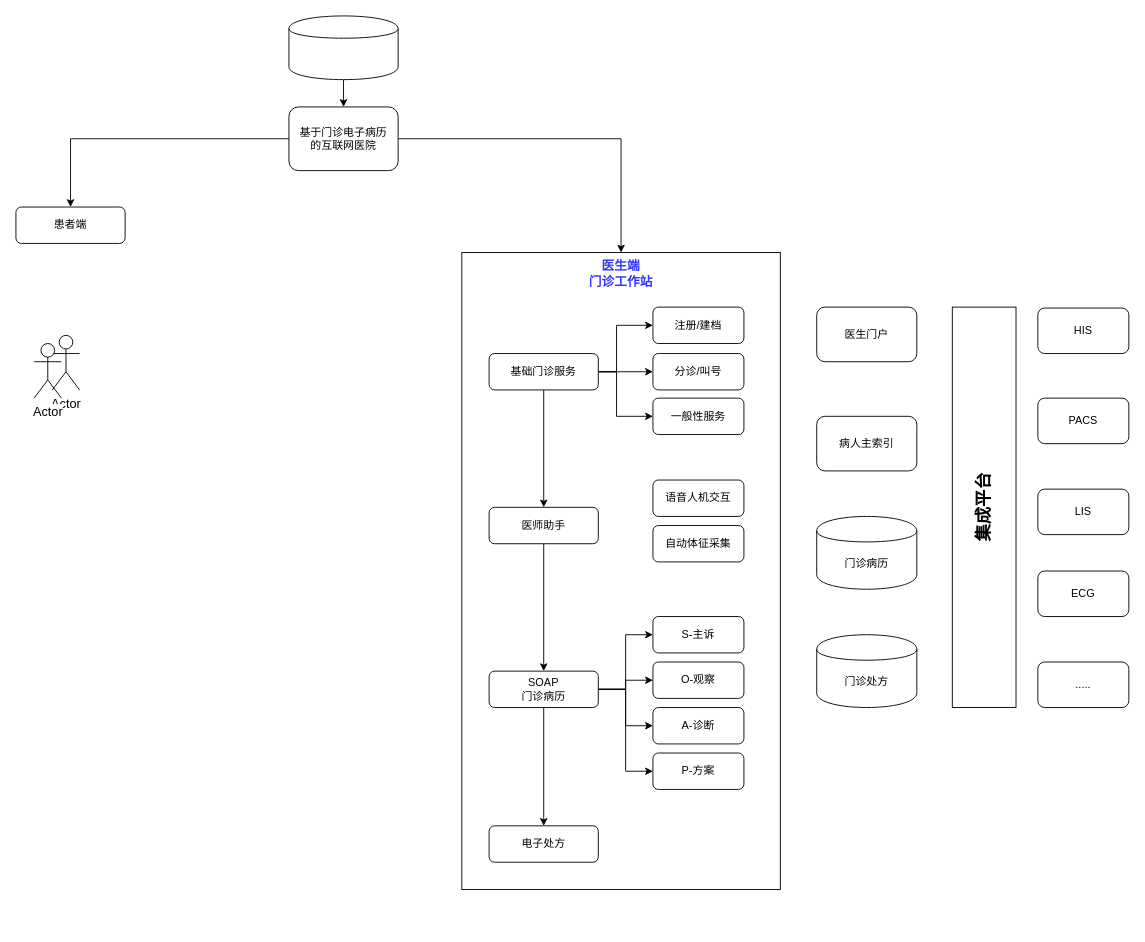
Above: page "产品架构" (1 of 3) of draws/门诊电子病历互联网医院设计.drawio in hebzhjg/ntl2020 (draw.io), before the change. Source tidied: cells renumbered, new cells numbered last; positions are measured from the earlier drawing's top-left corner, leaving out a move shared by most shapes. Both pictures are drawn from the tidied source at 91%, with x=0, y=0 at pixel (15, 15).
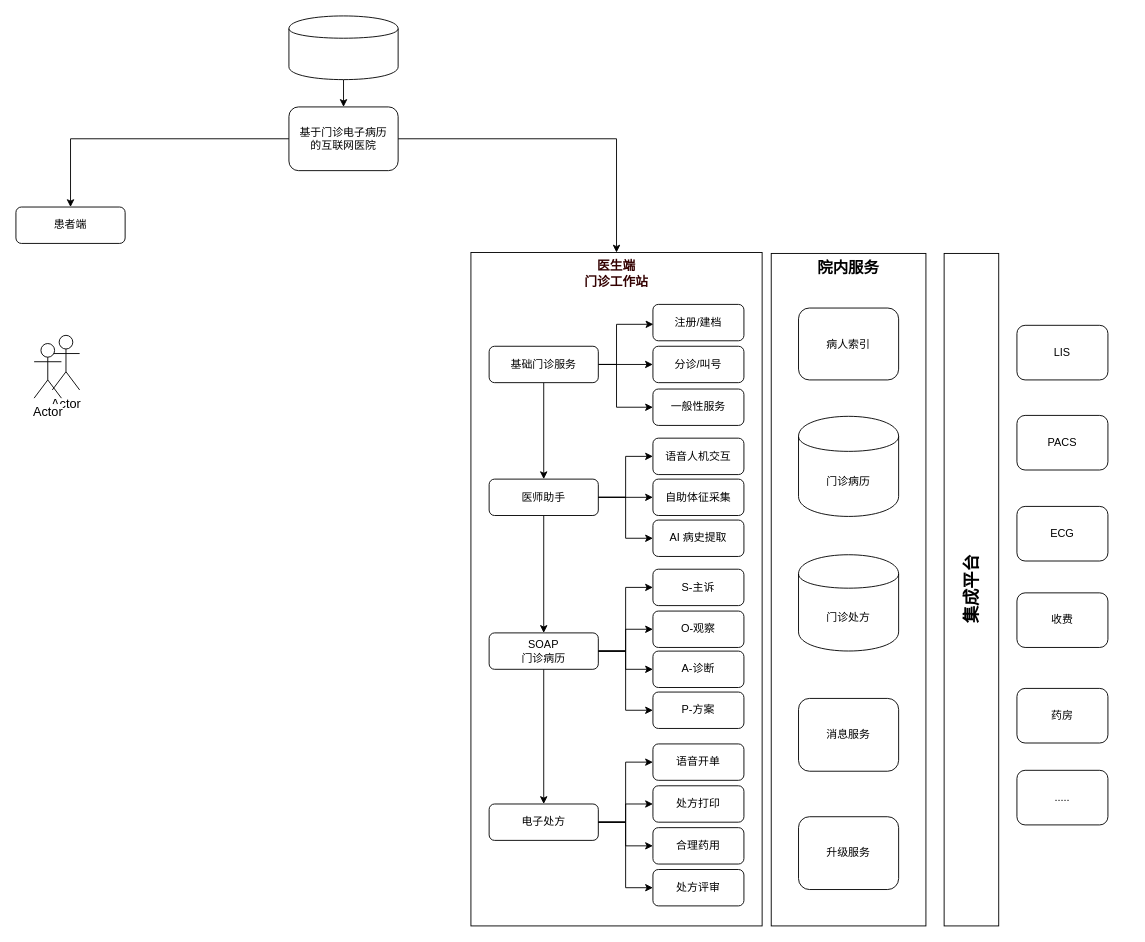
The same diagram, later.

Change to the diagram source:
```diff
@@
+    <mxCell id="45" value="院内服务" style="rounded=0;whiteSpace=wrap;html=1;fontSize=17;align=center;verticalAlign=top;fontStyle=1;" parent="1" vertex="1">
+      <mxGeometry x="830" y="261" width="170" height="739" as="geometry" />
+    </mxCell>
@@
-    <mxCell id="7" value="医生端&lt;br style=&quot;font-size: 14px;&quot;&gt;门诊工作站" style="rounded=0;whiteSpace=wrap;html=1;verticalAlign=top;fontStyle=1;fontSize=14;fontColor=#3333FF;" parent="1" vertex="1">
-      <mxGeometry x="490" y="260" width="350" height="700" as="geometry" />
+    <mxCell id="7" value="医生端&lt;br style=&quot;font-size: 14px;&quot;&gt;门诊工作站" style="rounded=0;whiteSpace=wrap;html=1;verticalAlign=top;fontStyle=1;fontSize=14;fontColor=#330000;" parent="1" vertex="1">
+      <mxGeometry x="500" y="260" width="320" height="740" as="geometry" />
     </mxCell>
-    <mxCell id="8" value="病人主索引" style="rounded=1;whiteSpace=wrap;html=1;" parent="1" vertex="1">
-      <mxGeometry x="880" y="440" width="110" height="60" as="geometry" />
+    <mxCell id="8" value="消息服务" style="rounded=1;whiteSpace=wrap;html=1;" parent="1" vertex="1">
+      <mxGeometry x="860" y="750" width="110" height="80" as="geometry" />
     </mxCell>
@@
-    <mxCell id="10" value="医师助手" style="rounded=1;whiteSpace=wrap;html=1;" parent="1" vertex="1">
-      <mxGeometry x="520" y="540" width="120" height="40" as="geometry" />
-    </mxCell>
@@
-    <mxCell id="12" style="edgeStyle=orthogonalEdgeStyle;rounded=0;jettySize=auto;html=1;entryX=0;entryY=0.5;entryDx=0;entryDy=0;" parent="1" edge="1" source="16" target="28">
-      <mxGeometry relative="1" as="geometry" />
-    </mxCell>
-    <mxCell id="13" style="edgeStyle=orthogonalEdgeStyle;rounded=0;jettySize=auto;html=1;entryX=0;entryY=0.5;entryDx=0;entryDy=0;" parent="1" edge="1" source="16" target="29">
-      <mxGeometry relative="1" as="geometry" />
-    </mxCell>
-    <mxCell id="14" style="edgeStyle=orthogonalEdgeStyle;rounded=0;jettySize=auto;html=1;entryX=0;entryY=0.5;entryDx=0;entryDy=0;" parent="1" edge="1" source="16" target="30">
-      <mxGeometry relative="1" as="geometry" />
-    </mxCell>
-    <mxCell id="15" style="edgeStyle=orthogonalEdgeStyle;rounded=0;jettySize=auto;html=1;entryX=0;entryY=0.5;entryDx=0;entryDy=0;" parent="1" edge="1" source="16" target="31">
-      <mxGeometry relative="1" as="geometry" />
-    </mxCell>
-    <mxCell id="16" value="SOAP&lt;br&gt;门诊病历" style="rounded=1;whiteSpace=wrap;html=1;" parent="1" vertex="1">
-      <mxGeometry x="520" y="720" width="120" height="40" as="geometry" />
-    </mxCell>
-    <mxCell id="17" value="电子处方" style="rounded=1;whiteSpace=wrap;html=1;" parent="1" vertex="1">
-      <mxGeometry x="520" y="890" width="120" height="40" as="geometry" />
-    </mxCell>
-    <mxCell id="18" value="分诊/叫号" style="rounded=1;whiteSpace=wrap;html=1;" parent="1" vertex="1">
-      <mxGeometry x="700" y="371" width="100" height="40" as="geometry" />
-    </mxCell>
-    <mxCell id="19" value="注册/建档" style="rounded=1;whiteSpace=wrap;html=1;" parent="1" vertex="1">
-      <mxGeometry x="700" y="320" width="100" height="40" as="geometry" />
-    </mxCell>
-    <mxCell id="20" value="一般性服务" style="rounded=1;whiteSpace=wrap;html=1;" parent="1" vertex="1">
-      <mxGeometry x="700" y="420" width="100" height="40" as="geometry" />
-    </mxCell>
-    <mxCell id="21" style="edgeStyle=orthogonalEdgeStyle;rounded=0;jettySize=auto;html=1;entryX=0;entryY=0.5;entryDx=0;entryDy=0;" parent="1" edge="1" source="25" target="19">
-      <mxGeometry relative="1" as="geometry">
-        <Array as="points">
-          <mxPoint x="660" y="391" />
-          <mxPoint x="660" y="340" />
-        </Array>
-      </mxGeometry>
-    </mxCell>
-    <mxCell id="22" style="edgeStyle=orthogonalEdgeStyle;rounded=0;jettySize=auto;html=1;entryX=0;entryY=0.5;entryDx=0;entryDy=0;" parent="1" edge="1" source="25" target="18">
-      <mxGeometry relative="1" as="geometry" />
-    </mxCell>
-    <mxCell id="23" style="edgeStyle=orthogonalEdgeStyle;rounded=0;jettySize=auto;html=1;entryX=0;entryY=0.5;entryDx=0;entryDy=0;" parent="1" edge="1" source="25" target="20">
-      <mxGeometry relative="1" as="geometry">
-        <Array as="points">
-          <mxPoint x="660" y="391" />
-          <mxPoint x="660" y="440" />
-        </Array>
-      </mxGeometry>
-    </mxCell>
@@
-    <mxCell id="25" value="基础门诊服务" style="rounded=1;whiteSpace=wrap;html=1;" parent="1" vertex="1">
-      <mxGeometry x="520" y="371" width="120" height="40" as="geometry" />
-    </mxCell>
-    <mxCell id="26" value="语音人机交互" style="rounded=1;whiteSpace=wrap;html=1;" parent="1" vertex="1">
-      <mxGeometry x="700" y="510" width="100" height="40" as="geometry" />
-    </mxCell>
-    <mxCell id="27" value="自动体征采集" style="rounded=1;whiteSpace=wrap;html=1;" parent="1" vertex="1">
-      <mxGeometry x="700" y="560" width="100" height="40" as="geometry" />
-    </mxCell>
-    <mxCell id="28" value="S-主诉" style="rounded=1;whiteSpace=wrap;html=1;" parent="1" vertex="1">
-      <mxGeometry x="700" y="660" width="100" height="40" as="geometry" />
-    </mxCell>
-    <mxCell id="29" value="O-观察" style="rounded=1;whiteSpace=wrap;html=1;" parent="1" vertex="1">
-      <mxGeometry x="700" y="710" width="100" height="40" as="geometry" />
-    </mxCell>
-    <mxCell id="30" value="A-诊断" style="rounded=1;whiteSpace=wrap;html=1;" parent="1" vertex="1">
-      <mxGeometry x="700" y="760" width="100" height="40" as="geometry" />
-    </mxCell>
-    <mxCell id="31" value="P-方案" style="rounded=1;whiteSpace=wrap;html=1;" parent="1" vertex="1">
-      <mxGeometry x="700" y="810" width="100" height="40" as="geometry" />
-    </mxCell>
     <mxCell id="32" value="门诊病历" style="shape=cylinder;whiteSpace=wrap;html=1;boundedLbl=1;backgroundOutline=1;rounded=0;" parent="1" vertex="1">
-      <mxGeometry x="880" y="550" width="110" height="80" as="geometry" />
+      <mxGeometry x="860" y="440" width="110" height="110" as="geometry" />
     </mxCell>
     <mxCell id="33" value="门诊处方" style="shape=cylinder;whiteSpace=wrap;html=1;boundedLbl=1;backgroundOutline=1;rounded=0;" parent="1" vertex="1">
-      <mxGeometry x="880" y="680" width="110" height="80" as="geometry" />
+      <mxGeometry x="860" y="592.1" width="110" height="105.8" as="geometry" />
     </mxCell>
-    <mxCell id="34" value="LIS" style="rounded=1;whiteSpace=wrap;html=1;" parent="1" vertex="1">
-      <mxGeometry x="1123" y="520" width="100" height="50" as="geometry" />
+    <mxCell id="34" value="ECG" style="rounded=1;whiteSpace=wrap;html=1;" parent="1" vertex="1">
+      <mxGeometry x="1100" y="539" width="100" height="60" as="geometry" />
     </mxCell>
     <mxCell id="35" value="PACS" style="rounded=1;whiteSpace=wrap;html=1;" parent="1" vertex="1">
-      <mxGeometry x="1123" y="420" width="100" height="50" as="geometry" />
+      <mxGeometry x="1100" y="439" width="100" height="60" as="geometry" />
     </mxCell>
-    <mxCell id="36" value="HIS" style="rounded=1;whiteSpace=wrap;html=1;" parent="1" vertex="1">
-      <mxGeometry x="1123" y="321" width="100" height="50" as="geometry" />
+    <mxCell id="36" value="LIS" style="rounded=1;whiteSpace=wrap;html=1;" parent="1" vertex="1">
+      <mxGeometry x="1100" y="340" width="100" height="60" as="geometry" />
     </mxCell>
-    <mxCell id="37" value="ECG" style="rounded=1;whiteSpace=wrap;html=1;" parent="1" vertex="1">
-      <mxGeometry x="1123" y="610" width="100" height="50" as="geometry" />
+    <mxCell id="37" value="收费" style="rounded=1;whiteSpace=wrap;html=1;" parent="1" vertex="1">
+      <mxGeometry x="1100" y="634" width="100" height="60" as="geometry" />
     </mxCell>
     <mxCell id="38" value="集成平台" style="rounded=0;whiteSpace=wrap;html=1;verticalAlign=middle;horizontal=0;fontSize=19;align=center;fontStyle=1;" parent="1" vertex="1">
-      <mxGeometry x="1029" y="320" width="70" height="440" as="geometry" />
+      <mxGeometry x="1020" y="261" width="60" height="739" as="geometry" />
     </mxCell>
     <mxCell id="39" value="....." style="rounded=1;whiteSpace=wrap;html=1;" parent="1" vertex="1">
-      <mxGeometry x="1123" y="710" width="100" height="50" as="geometry" />
+      <mxGeometry x="1100" y="829" width="100" height="60" as="geometry" />
     </mxCell>
-    <mxCell id="40" value="医生门户" style="rounded=1;whiteSpace=wrap;html=1;" parent="1" vertex="1">
-      <mxGeometry x="880" y="320" width="110" height="60" as="geometry" />
+    <mxCell id="40" value="病人索引" style="rounded=1;whiteSpace=wrap;html=1;" parent="1" vertex="1">
+      <mxGeometry x="860" y="321" width="110" height="79" as="geometry" />
     </mxCell>
@@
+    <mxCell id="46" style="group;" parent="1" vertex="1">
+      <mxGeometry x="520" y="608" width="280" height="175" as="geometry" />
+    </mxCell>
+    <mxCell id="16" value="SOAP&lt;br&gt;门诊病历" style="rounded=1;whiteSpace=wrap;html=1;" parent="46" vertex="1">
+      <mxGeometry y="70" width="120" height="40" as="geometry" />
+    </mxCell>
+    <mxCell id="28" value="S-主诉" style="rounded=1;whiteSpace=wrap;html=1;" parent="46" vertex="1">
+      <mxGeometry x="180" width="100" height="40" as="geometry" />
+    </mxCell>
+    <mxCell id="12" style="edgeStyle=orthogonalEdgeStyle;rounded=0;jettySize=auto;html=1;entryX=0;entryY=0.5;entryDx=0;entryDy=0;" parent="46" edge="1" source="16" target="28">
+      <mxGeometry relative="1" as="geometry" />
+    </mxCell>
+    <mxCell id="29" value="O-观察" style="rounded=1;whiteSpace=wrap;html=1;" parent="46" vertex="1">
+      <mxGeometry x="180" y="46" width="100" height="40" as="geometry" />
+    </mxCell>
+    <mxCell id="13" style="edgeStyle=orthogonalEdgeStyle;rounded=0;jettySize=auto;html=1;entryX=0;entryY=0.5;entryDx=0;entryDy=0;" parent="46" edge="1" source="16" target="29">
+      <mxGeometry relative="1" as="geometry" />
+    </mxCell>
+    <mxCell id="30" value="A-诊断" style="rounded=1;whiteSpace=wrap;html=1;" parent="46" vertex="1">
+      <mxGeometry x="180" y="90" width="100" height="40" as="geometry" />
+    </mxCell>
+    <mxCell id="14" style="edgeStyle=orthogonalEdgeStyle;rounded=0;jettySize=auto;html=1;entryX=0;entryY=0.5;entryDx=0;entryDy=0;" parent="46" edge="1" source="16" target="30">
+      <mxGeometry relative="1" as="geometry" />
+    </mxCell>
+    <mxCell id="31" value="P-方案" style="rounded=1;whiteSpace=wrap;html=1;" parent="46" vertex="1">
+      <mxGeometry x="180" y="135" width="100" height="40" as="geometry" />
+    </mxCell>
+    <mxCell id="15" style="edgeStyle=orthogonalEdgeStyle;rounded=0;jettySize=auto;html=1;entryX=0;entryY=0.5;entryDx=0;entryDy=0;" parent="46" edge="1" source="16" target="31">
+      <mxGeometry relative="1" as="geometry" />
+    </mxCell>
+    <mxCell id="47" style="group;" parent="1" vertex="1">
+      <mxGeometry x="520" y="800" width="280" height="178" as="geometry" />
+    </mxCell>
+    <mxCell id="17" value="电子处方" style="rounded=1;whiteSpace=wrap;html=1;" parent="47" vertex="1">
+      <mxGeometry y="66" width="120" height="40" as="geometry" />
+    </mxCell>
+    <mxCell id="48" value="语音开单" style="rounded=1;whiteSpace=wrap;html=1;" parent="47" vertex="1">
+      <mxGeometry x="180" width="100" height="40" as="geometry" />
+    </mxCell>
+    <mxCell id="49" style="edgeStyle=orthogonalEdgeStyle;rounded=0;jettySize=auto;html=1;entryX=0;entryY=0.5;entryDx=0;entryDy=0;fontSize=17;" parent="47" edge="1" source="17" target="48">
+      <mxGeometry relative="1" as="geometry" />
+    </mxCell>
+    <mxCell id="50" value="处方打印" style="rounded=1;whiteSpace=wrap;html=1;" parent="47" vertex="1">
+      <mxGeometry x="180" y="46" width="100" height="40" as="geometry" />
+    </mxCell>
+    <mxCell id="51" style="edgeStyle=orthogonalEdgeStyle;rounded=0;jettySize=auto;html=1;fontSize=17;" parent="47" edge="1" source="17" target="50">
+      <mxGeometry relative="1" as="geometry" />
+    </mxCell>
+    <mxCell id="52" value="合理药用" style="rounded=1;whiteSpace=wrap;html=1;" parent="47" vertex="1">
+      <mxGeometry x="180" y="92" width="100" height="40" as="geometry" />
+    </mxCell>
+    <mxCell id="53" style="edgeStyle=orthogonalEdgeStyle;rounded=0;jettySize=auto;html=1;fontSize=17;" parent="47" edge="1" source="17" target="52">
+      <mxGeometry relative="1" as="geometry" />
+    </mxCell>
+    <mxCell id="54" value="处方评审" style="rounded=1;whiteSpace=wrap;html=1;" parent="47" vertex="1">
+      <mxGeometry x="180" y="138" width="100" height="40" as="geometry" />
+    </mxCell>
+    <mxCell id="55" style="edgeStyle=orthogonalEdgeStyle;rounded=0;jettySize=auto;html=1;entryX=0;entryY=0.5;entryDx=0;entryDy=0;fontSize=17;" parent="47" edge="1" source="17" target="54">
+      <mxGeometry relative="1" as="geometry" />
+    </mxCell>
+    <mxCell id="56" style="group;" parent="1" vertex="1">
+      <mxGeometry x="520" y="464" width="280" height="130" as="geometry" />
+    </mxCell>
+    <mxCell id="10" value="医师助手" style="rounded=1;whiteSpace=wrap;html=1;" parent="56" vertex="1">
+      <mxGeometry y="45" width="120" height="40" as="geometry" />
+    </mxCell>
+    <mxCell id="26" value="语音人机交互" style="rounded=1;whiteSpace=wrap;html=1;" parent="56" vertex="1">
+      <mxGeometry x="180" width="100" height="40" as="geometry" />
+    </mxCell>
+    <mxCell id="57" style="edgeStyle=orthogonalEdgeStyle;rounded=0;jettySize=auto;html=1;fontSize=17;entryX=0;entryY=0.5;entryDx=0;entryDy=0;" parent="56" edge="1" source="10" target="26">
+      <mxGeometry relative="1" as="geometry" />
+    </mxCell>
+    <mxCell id="27" value="自助体征采集" style="rounded=1;whiteSpace=wrap;html=1;" parent="56" vertex="1">
+      <mxGeometry x="180" y="45" width="100" height="40" as="geometry" />
+    </mxCell>
+    <mxCell id="58" style="edgeStyle=orthogonalEdgeStyle;rounded=0;jettySize=auto;html=1;entryX=0;entryY=0.5;entryDx=0;entryDy=0;fontSize=17;" parent="56" edge="1" source="10" target="27">
+      <mxGeometry relative="1" as="geometry" />
+    </mxCell>
+    <mxCell id="59" value="AI 病史提取" style="rounded=1;whiteSpace=wrap;html=1;" parent="56" vertex="1">
+      <mxGeometry x="180" y="90" width="100" height="40" as="geometry" />
+    </mxCell>
+    <mxCell id="60" style="edgeStyle=orthogonalEdgeStyle;rounded=0;jettySize=auto;html=1;entryX=0;entryY=0.5;entryDx=0;entryDy=0;fontSize=17;" parent="56" edge="1" source="10" target="59">
+      <mxGeometry relative="1" as="geometry" />
+    </mxCell>
+    <mxCell id="61" style="group;" parent="1" vertex="1">
+      <mxGeometry x="520" y="317" width="280" height="133" as="geometry" />
+    </mxCell>
+    <mxCell id="18" value="分诊/叫号" style="rounded=1;whiteSpace=wrap;html=1;" parent="61" vertex="1">
+      <mxGeometry x="180" y="46" width="100" height="40" as="geometry" />
+    </mxCell>
+    <mxCell id="19" value="注册/建档" style="rounded=1;whiteSpace=wrap;html=1;" parent="61" vertex="1">
+      <mxGeometry x="180" width="100" height="40" as="geometry" />
+    </mxCell>
+    <mxCell id="20" value="一般性服务" style="rounded=1;whiteSpace=wrap;html=1;" parent="61" vertex="1">
+      <mxGeometry x="180" y="93" width="100" height="40" as="geometry" />
+    </mxCell>
+    <mxCell id="21" style="edgeStyle=orthogonalEdgeStyle;rounded=0;jettySize=auto;html=1;exitX=1;exitY=0.5;exitDx=0;exitDy=0;entryX=0.005;entryY=0.547;entryDx=0;entryDy=0;entryPerimeter=0;" parent="61" edge="1" source="25" target="19">
+      <mxGeometry relative="1" as="geometry">
+        <Array as="points">
+          <mxPoint x="140" y="66" />
+          <mxPoint x="140" y="22" />
+        </Array>
+      </mxGeometry>
+    </mxCell>
+    <mxCell id="22" style="edgeStyle=orthogonalEdgeStyle;rounded=0;orthogonalLoop=1;jettySize=auto;html=1;entryX=0;entryY=0.5;entryDx=0;entryDy=0;" parent="61" edge="1">
+      <mxGeometry relative="1" as="geometry">
+        <mxPoint x="120" y="66" as="sourcePoint" />
+        <mxPoint x="179.9" y="66" as="targetPoint" />
+      </mxGeometry>
+    </mxCell>
+    <mxCell id="23" style="edgeStyle=orthogonalEdgeStyle;rounded=0;jettySize=auto;html=1;exitX=1;exitY=0.5;exitDx=0;exitDy=0;" parent="61" edge="1" source="25">
+      <mxGeometry relative="1" as="geometry">
+        <mxPoint x="180" y="113" as="targetPoint" />
+        <Array as="points">
+          <mxPoint x="140" y="66" />
+          <mxPoint x="140" y="113" />
+        </Array>
+      </mxGeometry>
+    </mxCell>
+    <mxCell id="25" value="基础门诊服务" style="rounded=1;whiteSpace=wrap;html=1;" parent="61" vertex="1">
+      <mxGeometry y="46" width="120" height="40" as="geometry" />
+    </mxCell>
+    <mxCell id="62" value="药房" style="rounded=1;whiteSpace=wrap;html=1;" parent="1" vertex="1">
+      <mxGeometry x="1100" y="739" width="100" height="60" as="geometry" />
+    </mxCell>
+    <mxCell id="63" value="升级服务" style="rounded=1;whiteSpace=wrap;html=1;" parent="1" vertex="1">
+      <mxGeometry x="860" y="880" width="110" height="80" as="geometry" />
+    </mxCell>
```
